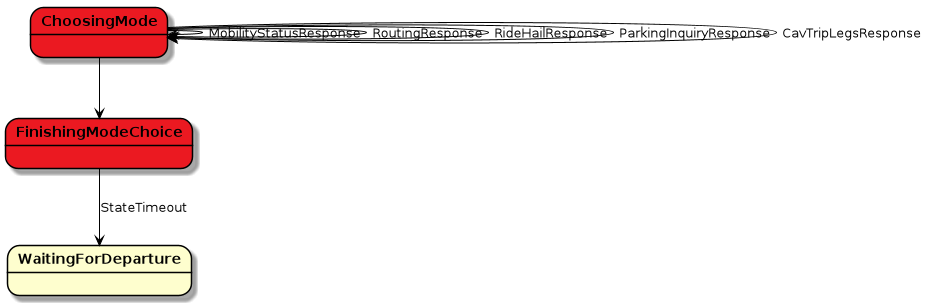
Before: docs/_static/uml/ChoosesMode.png, a diagram exported from PlantUML (LBNL-UCB-STI/beam).
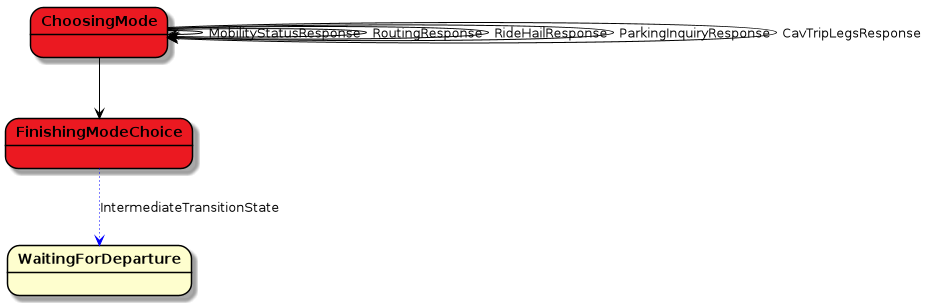
Above is the later version.

Diff of the diagram source:
```diff
@@ -10,7 +10,7 @@
 state FinishingModeChoice #eb1921
 
 
-FinishingModeChoice --> WaitingForDeparture : StateTimeout
+FinishingModeChoice -[#blue,dotted]-> WaitingForDeparture : IntermediateTransitionState
 ChoosingMode --> ChoosingMode : MobilityStatusResponse
 ChoosingMode --> ChoosingMode : RoutingResponse
 ChoosingMode --> ChoosingMode : RideHailResponse
@@ -19,5 +19,4 @@
 ChoosingMode --> FinishingModeChoice
 
 
-
 @enduml
```
